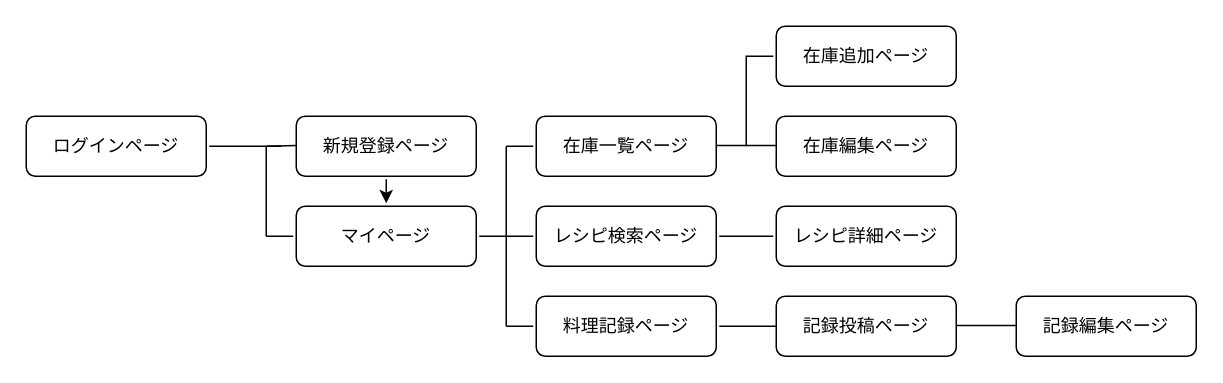
Earlier version of the draw.io diagram monitor.dio (lemon78787878/mmm). Source tidied: cells renumbered, new cells numbered last; positions are measured from the earlier drawing's top-left corner, leaving out a move shared by most shapes. Both pictures are drawn from the tidied source at 150%, with x=0, y=0 at pixel (26, 26).
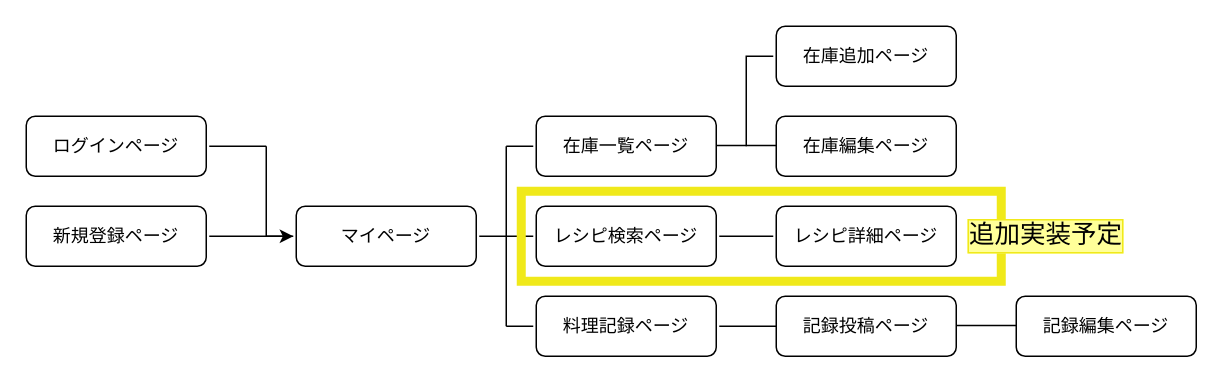
After the change.

Unchanged cells that the change refers to:
```xml
<mxCell id="2" value="ログインページ" style="whiteSpace=wrap;html=1;align=center;perimeterSpacing=2;rounded=1;" parent="1" vertex="1">
  <mxGeometry y="60" width="120" height="40" as="geometry" />
</mxCell>
<mxCell id="5" value="マイページ" style="whiteSpace=wrap;html=1;align=center;perimeterSpacing=2;rounded=1;" parent="1" vertex="1">
  <mxGeometry x="180" y="120" width="120" height="40" as="geometry" />
</mxCell>
```

What changed in the source:
```diff
@@
-    <mxCell id="3" style="edgeStyle=none;html=1;entryX=0.5;entryY=0;entryDx=0;entryDy=0;" parent="1" edge="1" source="4" target="5">
+    <mxCell id="3" style="edgeStyle=none;html=1;entryX=0;entryY=0.5;entryDx=0;entryDy=0;" parent="1" edge="1" source="4" target="5">
       <mxGeometry relative="1" as="geometry" />
     </mxCell>
     <mxCell id="4" value="新規登録ページ" style="whiteSpace=wrap;html=1;align=center;perimeterSpacing=2;rounded=1;" parent="1" vertex="1">
-      <mxGeometry x="180" y="60" width="120" height="40" as="geometry" />
+      <mxGeometry y="120" width="120" height="40" as="geometry" />
     </mxCell>
@@
     <mxCell id="17" style="endArrow=none;html=1;rounded=0;entryX=1;entryY=0.5;entryDx=0;entryDy=0;" parent="1" edge="1" target="2">
       <mxGeometry relative="1" as="geometry">
-        <mxPoint x="170" y="80" as="sourcePoint" />
+        <mxPoint x="160" y="80" as="sourcePoint" />
       </mxGeometry>
     </mxCell>
-    <mxCell id="18" style="endArrow=none;html=1;rounded=0;" parent="1" edge="1">
-      <mxGeometry relative="1" as="geometry">
-        <mxPoint x="160" y="80" as="sourcePoint" />
-        <mxPoint x="180" y="79.5" as="targetPoint" />
-      </mxGeometry>
-    </mxCell>
@@
+    <mxCell id="27" style="rounded=0;whiteSpace=wrap;html=1;fillColor=none;strokeWidth=6;strokeColor=#F0E91A;" parent="1" vertex="1">
+      <mxGeometry x="330" y="110" width="320" height="60" as="geometry" />
+    </mxCell>
+    <mxCell id="28" value="&lt;font style=&quot;font-size: 17px;&quot;&gt;追加実装予定&lt;/font&gt;" style="text;html=1;align=center;verticalAlign=middle;whiteSpace=wrap;rounded=0;strokeWidth=9;opacity=0;fillColor=#ffcd28;strokeColor=#d79b00;gradientColor=none;labelBorderColor=#F0E91A;labelBackgroundColor=#FFFF99;fontColor=#000000;" parent="1" vertex="1">
+      <mxGeometry x="620" y="110" width="120" height="60" as="geometry" />
+    </mxCell>
```
